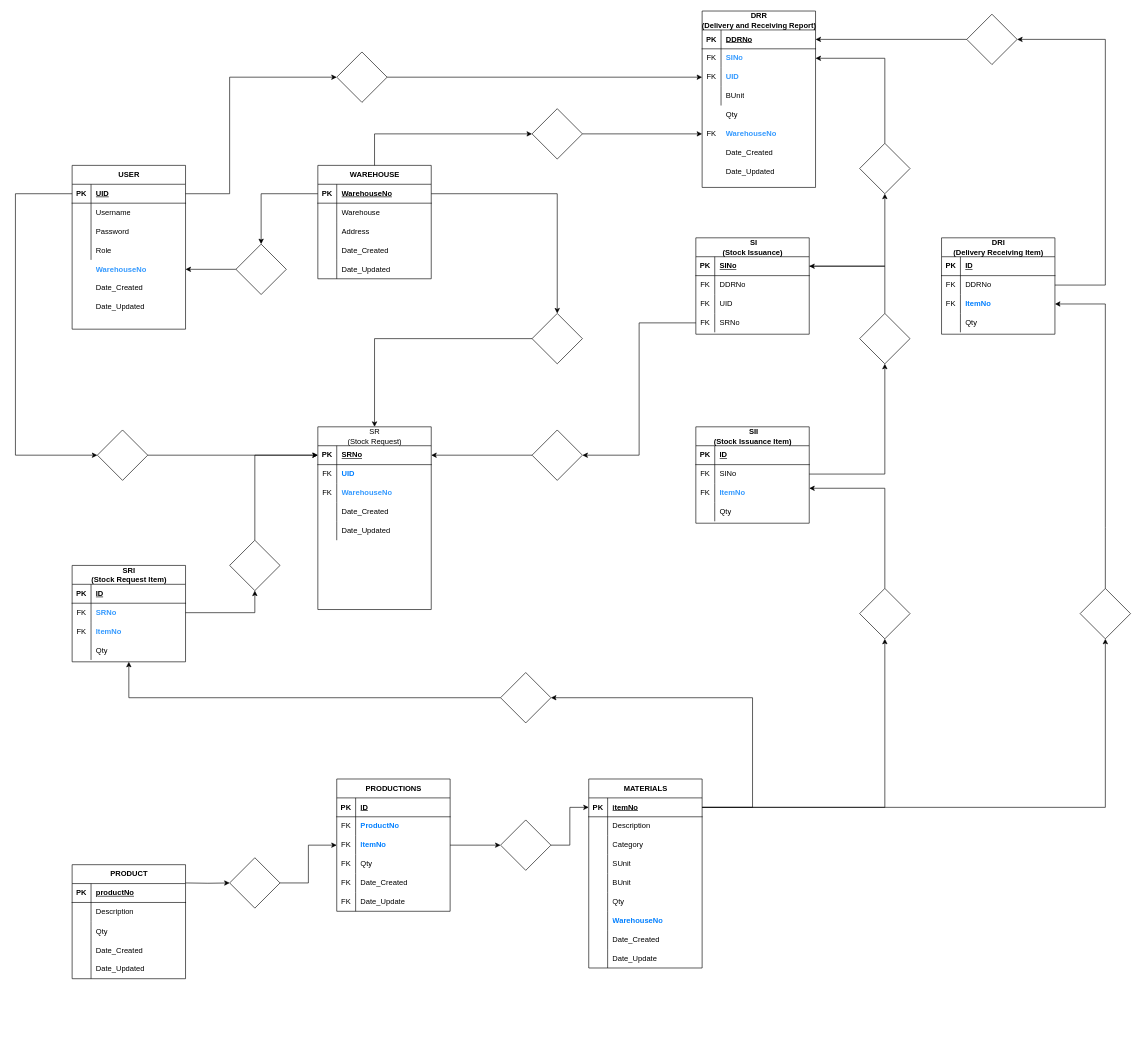
The draw.io diagram Diagram.drawio in ediangca/ACES-POS, before the edit. Source tidied: cells renumbered, new cells numbered last; positions are measured from the earlier drawing's top-left corner, leaving out a move shared by most shapes. Both pictures are drawn from the tidied source at 63%, with x=0, y=0 at pixel (15, 11).
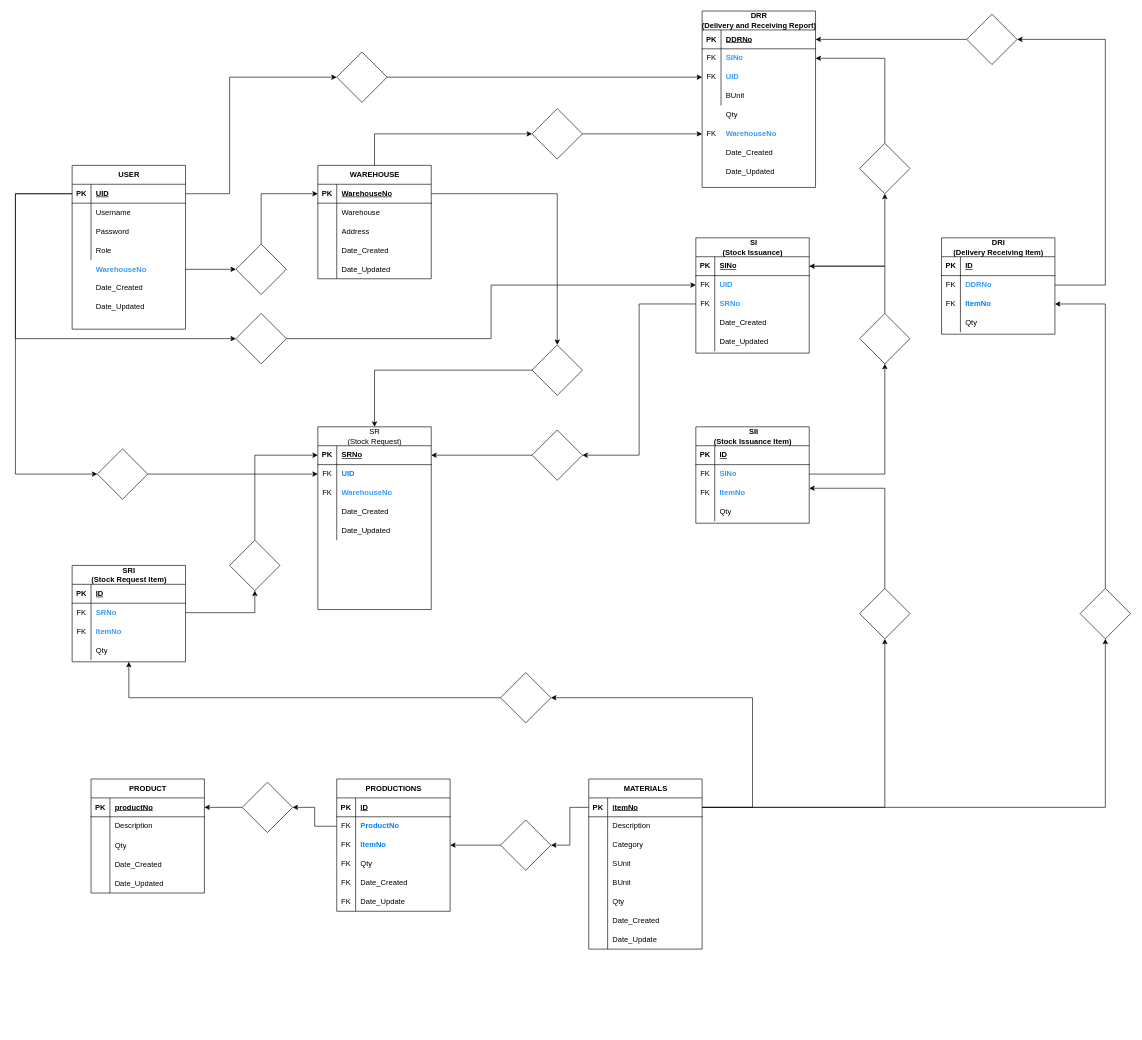
The same diagram, later.

Unchanged cells that the change refers to:
```xml
<mxCell id="5" value="PK" style="shape=partialRectangle;fillColor=none;top=0;left=0;bottom=0;right=0;fontStyle=1;overflow=hidden;whiteSpace=wrap;html=1;" parent="4" vertex="1">
  <mxGeometry width="30" height="30" as="geometry" />
</mxCell>
<mxCell id="18" value="&lt;b&gt;&lt;font color=&quot;#3399ff&quot;&gt;WarehouseNo&lt;/font&gt;&lt;/b&gt;" style="shape=partialRectangle;fillColor=none;top=0;left=0;bottom=0;right=0;align=left;spacingLeft=6;overflow=hidden;whiteSpace=wrap;html=1;" parent="16" vertex="1">
  <mxGeometry x="30" width="150" height="30" as="geometry" />
</mxCell>
<mxCell id="26" style="rhombus;whiteSpace=wrap;html=1;startSize=30;fontStyle=1;" parent="1" vertex="1">
  <mxGeometry x="350" y="370" width="80" height="80" as="geometry" />
</mxCell>
<mxCell id="32" value="productNo" style="shape=partialRectangle;fillColor=none;top=0;left=0;bottom=0;right=0;align=left;spacingLeft=6;fontStyle=5;overflow=hidden;whiteSpace=wrap;html=1;" parent="30" vertex="1">
  <mxGeometry x="30" width="150" height="30" as="geometry" />
</mxCell>
<mxCell id="47" style="group;" parent="1" vertex="1">
  <mxGeometry x="910" y="1219" width="180" height="261" as="geometry" />
</mxCell>
<mxCell id="50" value="PK" style="shape=partialRectangle;fillColor=none;top=0;left=0;bottom=0;right=0;fontStyle=1;overflow=hidden;whiteSpace=wrap;html=1;" parent="49" vertex="1">
  <mxGeometry width="30" height="30" as="geometry" />
</mxCell>
<mxCell id="77" value="PRODUCTIONS" style="shape=table;startSize=30;childLayout=tableLayout;rowLines=0;fontStyle=1;align=center;html=1;" parent="76" vertex="1">
  <mxGeometry width="180" height="210" as="geometry" />
</mxCell>
<mxCell id="82" value="FK" style="shape=partialRectangle;fillColor=none;top=0;left=0;bottom=0;right=0;overflow=hidden;whiteSpace=wrap;html=1;" parent="81" vertex="1">
  <mxGeometry width="30" height="30" as="geometry" />
</mxCell>
<mxCell id="85" value="FK" style="shape=partialRectangle;fillColor=none;top=0;left=0;bottom=0;right=0;overflow=hidden;whiteSpace=wrap;html=1;" parent="84" vertex="1">
  <mxGeometry width="30" height="30" as="geometry" />
</mxCell>
<mxCell id="86" value="&lt;font color=&quot;#007fff&quot;&gt;&lt;b&gt;ItemNo&lt;/b&gt;&lt;/font&gt;" style="shape=partialRectangle;fillColor=none;top=0;left=0;bottom=0;right=0;align=left;spacingLeft=6;overflow=hidden;whiteSpace=wrap;html=1;" parent="84" vertex="1">
  <mxGeometry x="30" width="150" height="30" as="geometry" />
</mxCell>
<mxCell id="105" style="rhombus;whiteSpace=wrap;html=1;startSize=30;fontStyle=1;" parent="1" vertex="1">
  <mxGeometry x="770" y="1284" width="80" height="80" as="geometry" />
</mxCell>
<mxCell id="135" value="PK" style="shape=partialRectangle;fillColor=none;top=0;left=0;bottom=0;right=0;fontStyle=1;overflow=hidden;whiteSpace=wrap;html=1;" parent="134" vertex="1">
  <mxGeometry width="30" height="30" as="geometry" />
</mxCell>
<mxCell id="138" value="FK" style="shape=partialRectangle;fillColor=none;top=0;left=0;bottom=0;right=0;overflow=hidden;whiteSpace=wrap;html=1;" parent="137" vertex="1">
  <mxGeometry width="30" height="30" as="geometry" />
</mxCell>
<mxCell id="178" style="shape=tableRow;horizontal=0;startSize=0;swimlaneHead=0;swimlaneBody=0;fillColor=none;top=0;left=0;right=0;bottom=0;" parent="174" vertex="1">
  <mxGeometry y="60" width="180" height="30" as="geometry" />
</mxCell>
<mxCell id="199" value="PK" style="shape=partialRectangle;fillColor=none;top=0;left=0;bottom=0;right=0;fontStyle=1;overflow=hidden;whiteSpace=wrap;html=1;" parent="198" vertex="1">
  <mxGeometry width="30" height="30" as="geometry" />
</mxCell>
<mxCell id="223" value="FK" style="shape=partialRectangle;fillColor=none;top=0;left=0;bottom=0;right=0;overflow=hidden;whiteSpace=wrap;html=1;" parent="222" vertex="1">
  <mxGeometry width="30" height="30" as="geometry" />
</mxCell>
<mxCell id="232" style="shape=tableRow;horizontal=0;startSize=0;swimlaneHead=0;swimlaneBody=0;fillColor=none;top=0;left=0;right=0;bottom=0;" parent="228" vertex="1">
  <mxGeometry y="60" width="180" height="30" as="geometry" />
</mxCell>
```

Change to the diagram source:
```diff
@@
-    <mxCell id="25" style="rounded=0;jettySize=auto;html=1;fontFamily=Helvetica;fontSize=12;fontColor=default;fontStyle=1;edgeStyle=orthogonalEdgeStyle;" parent="1" edge="1" source="26" target="18">
-      <mxGeometry relative="1" as="geometry" />
-    </mxCell>
+    <mxCell id="258" style="edgeStyle=orthogonalEdgeStyle;rounded=0;jettySize=auto;html=1;entryX=0;entryY=0.5;entryDx=0;entryDy=0;" parent="1" edge="1" source="26" target="199">
+      <mxGeometry relative="1" as="geometry">
+        <Array as="points">
+          <mxPoint x="390" y="290" />
+        </Array>
+      </mxGeometry>
+    </mxCell>
@@
-    <mxCell id="27" style="edgeStyle=orthogonalEdgeStyle;rounded=0;jettySize=auto;html=1;fontFamily=Helvetica;fontSize=12;fontColor=default;fontStyle=1;exitX=0;exitY=0.5;exitDx=0;exitDy=0;" parent="1" edge="1" source="199" target="26">
-      <mxGeometry relative="1" as="geometry" />
-    </mxCell>
     <mxCell id="28" style="group;" parent="1" vertex="1">
-      <mxGeometry x="90" y="1355" width="180" height="260" as="geometry" />
+      <mxGeometry x="120" y="1219" width="180" height="260" as="geometry" />
     </mxCell>
@@
     <mxCell id="48" value="MATERIALS" style="shape=table;startSize=30;childLayout=tableLayout;rowLines=0;fontStyle=1;align=center;html=1;" parent="47" vertex="1">
-      <mxGeometry width="180" height="300" as="geometry" />
+      <mxGeometry width="180" height="270" as="geometry" />
     </mxCell>
@@
-    <mxCell id="67" style="shape=tableRow;horizontal=0;startSize=0;swimlaneHead=0;swimlaneBody=0;fillColor=none;top=0;left=0;right=0;bottom=0;" parent="48" vertex="1">
-      <mxGeometry y="210" width="180" height="30" as="geometry" />
-    </mxCell>
-    <mxCell id="68" style="shape=partialRectangle;fillColor=none;top=0;left=0;bottom=0;right=0;overflow=hidden;whiteSpace=wrap;html=1;" parent="67" vertex="1">
-      <mxGeometry width="30" height="30" as="geometry" />
-    </mxCell>
-    <mxCell id="69" value="&lt;b&gt;&lt;font color=&quot;#007fff&quot;&gt;WarehouseNo&lt;/font&gt;&lt;/b&gt;" style="shape=partialRectangle;fillColor=none;top=0;left=0;bottom=0;right=0;align=left;spacingLeft=6;overflow=hidden;whiteSpace=wrap;html=1;" parent="67" vertex="1">
-      <mxGeometry x="30" width="150" height="30" as="geometry" />
-    </mxCell>
     <mxCell id="70" style="shape=tableRow;horizontal=0;startSize=0;swimlaneHead=0;swimlaneBody=0;fillColor=none;top=0;left=0;right=0;bottom=0;" parent="48" vertex="1">
-      <mxGeometry y="240" width="180" height="30" as="geometry" />
+      <mxGeometry y="210" width="180" height="30" as="geometry" />
     </mxCell>
@@
     <mxCell id="73" style="shape=tableRow;horizontal=0;startSize=0;swimlaneHead=0;swimlaneBody=0;fillColor=none;top=0;left=0;right=0;bottom=0;" parent="48" vertex="1">
-      <mxGeometry y="270" width="180" height="30" as="geometry" />
+      <mxGeometry y="240" width="180" height="30" as="geometry" />
     </mxCell>
@@
-    <mxCell id="102" style="edgeStyle=orthogonalEdgeStyle;rounded=0;jettySize=auto;html=1;entryX=0;entryY=0.5;entryDx=0;entryDy=0;fontFamily=Helvetica;fontSize=12;fontColor=default;fontStyle=1;" parent="1" edge="1" source="103" target="85">
-      <mxGeometry relative="1" as="geometry" />
-    </mxCell>
+    <mxCell id="259" style="edgeStyle=orthogonalEdgeStyle;rounded=0;jettySize=auto;html=1;entryX=1;entryY=0.5;entryDx=0;entryDy=0;" parent="1" edge="1" source="103" target="32">
+      <mxGeometry relative="1" as="geometry" />
+    </mxCell>
     <mxCell id="103" style="rhombus;whiteSpace=wrap;html=1;startSize=30;fontStyle=1;" parent="1" vertex="1">
-      <mxGeometry x="340" y="1344" width="80" height="80" as="geometry" />
+      <mxGeometry x="360" y="1224" width="80" height="80" as="geometry" />
     </mxCell>
-    <mxCell id="104" style="edgeStyle=orthogonalEdgeStyle;rounded=0;jettySize=auto;html=1;entryX=0;entryY=0.5;entryDx=0;entryDy=0;fontFamily=Helvetica;fontSize=12;fontColor=default;fontStyle=1;" parent="1" edge="1" source="105" target="50">
-      <mxGeometry relative="1" as="geometry" />
-    </mxCell>
+    <mxCell id="260" style="edgeStyle=orthogonalEdgeStyle;rounded=0;jettySize=auto;html=1;entryX=1;entryY=0.5;entryDx=0;entryDy=0;" parent="1" edge="1" source="105" target="86">
+      <mxGeometry relative="1" as="geometry" />
+    </mxCell>
@@
-    <mxCell id="106" style="edgeStyle=orthogonalEdgeStyle;rounded=0;jettySize=auto;html=1;entryX=0;entryY=0.5;entryDx=0;entryDy=0;fontFamily=Helvetica;fontSize=12;fontColor=default;fontStyle=1;" parent="1" edge="1" source="77" target="105">
-      <mxGeometry relative="1" as="geometry" />
-    </mxCell>
@@
     <mxCell id="152" style="rhombus;whiteSpace=wrap;html=1;startSize=30;fontStyle=1;" parent="1" vertex="1">
-      <mxGeometry x="130" y="665" width="80" height="80" as="geometry" />
+      <mxGeometry x="130" y="695" width="80" height="80" as="geometry" />
     </mxCell>
     <mxCell id="153" style="edgeStyle=orthogonalEdgeStyle;rounded=0;jettySize=auto;html=1;fontFamily=Helvetica;fontSize=12;fontColor=default;fontStyle=1;exitX=0;exitY=0.5;exitDx=0;exitDy=0;entryX=0;entryY=0.5;entryDx=0;entryDy=0;" parent="1" edge="1" source="5" target="152">
       <mxGeometry relative="1" as="geometry">
         <Array as="points">
           <mxPoint y="290" />
-          <mxPoint y="705" />
+          <mxPoint y="735" />
         </Array>
       </mxGeometry>
     </mxCell>
-    <mxCell id="154" style="edgeStyle=orthogonalEdgeStyle;rounded=0;jettySize=auto;html=1;entryX=0;entryY=0.5;entryDx=0;entryDy=0;fontFamily=Helvetica;fontSize=12;fontColor=default;fontStyle=1;" parent="1" edge="1" source="152" target="135">
+    <mxCell id="154" style="edgeStyle=orthogonalEdgeStyle;rounded=0;jettySize=auto;html=1;entryX=0;entryY=0.5;entryDx=0;entryDy=0;fontFamily=Helvetica;fontSize=12;fontColor=default;fontStyle=1;" parent="1" edge="1" source="152" target="138">
       <mxGeometry relative="1" as="geometry" />
     </mxCell>
@@
-    <mxCell id="180" value="DDRNo" style="shape=partialRectangle;fillColor=none;top=0;left=0;bottom=0;right=0;align=left;spacingLeft=6;overflow=hidden;whiteSpace=wrap;html=1;" parent="178" vertex="1">
+    <mxCell id="180" value="&lt;b&gt;&lt;font color=&quot;#3399ff&quot;&gt;DDRNo&lt;/font&gt;&lt;/b&gt;" style="shape=partialRectangle;fillColor=none;top=0;left=0;bottom=0;right=0;align=left;spacingLeft=6;overflow=hidden;whiteSpace=wrap;html=1;" parent="178" vertex="1">
       <mxGeometry x="30" width="150" height="30" as="geometry" />
     </mxCell>
@@
-    <mxCell id="189" style="edgeStyle=orthogonalEdgeStyle;rounded=0;jettySize=auto;html=1;fontFamily=Helvetica;fontSize=12;fontColor=default;fontStyle=1;exitX=1;exitY=0.5;exitDx=0;exitDy=0;" parent="1" edge="1" target="103">
-      <mxGeometry relative="1" as="geometry">
-        <mxPoint x="270" y="1384" as="sourcePoint" />
-      </mxGeometry>
-    </mxCell>
@@
     <mxCell id="215" value="&lt;div&gt;&amp;nbsp;SI&lt;/div&gt;&lt;div&gt;(Stock Issuance)&lt;/div&gt;" style="shape=table;startSize=30;childLayout=tableLayout;rowLines=0;fontStyle=1;align=center;html=1;" parent="1" vertex="1">
-      <mxGeometry x="1080" y="360" width="180" height="153" as="geometry" />
+      <mxGeometry x="1080" y="360" width="180" height="183" as="geometry" />
     </mxCell>
@@
-    <mxCell id="219" style="shape=tableRow;horizontal=0;startSize=0;swimlaneHead=0;swimlaneBody=0;fillColor=none;top=0;left=0;right=0;bottom=0;" parent="215" vertex="1">
-      <mxGeometry y="60" width="180" height="30" as="geometry" />
-    </mxCell>
-    <mxCell id="220" value="FK" style="shape=partialRectangle;fillColor=none;top=0;left=0;bottom=0;right=0;overflow=hidden;whiteSpace=wrap;html=1;" parent="219" vertex="1">
-      <mxGeometry width="30" height="30" as="geometry" />
-    </mxCell>
-    <mxCell id="221" value="DDRNo" style="shape=partialRectangle;fillColor=none;top=0;left=0;bottom=0;right=0;align=left;spacingLeft=6;overflow=hidden;whiteSpace=wrap;html=1;" parent="219" vertex="1">
-      <mxGeometry x="30" width="150" height="30" as="geometry" />
-    </mxCell>
     <mxCell id="222" style="shape=tableRow;horizontal=0;startSize=0;swimlaneHead=0;swimlaneBody=0;fillColor=none;top=0;left=0;right=0;bottom=0;" parent="215" vertex="1">
-      <mxGeometry y="90" width="180" height="30" as="geometry" />
+      <mxGeometry y="60" width="180" height="30" as="geometry" />
     </mxCell>
@@
-    <mxCell id="224" value="UID" style="shape=partialRectangle;fillColor=none;top=0;left=0;bottom=0;right=0;align=left;spacingLeft=6;overflow=hidden;whiteSpace=wrap;html=1;" parent="222" vertex="1">
+    <mxCell id="224" value="&lt;b&gt;&lt;font color=&quot;#3399ff&quot;&gt;UID&lt;/font&gt;&lt;/b&gt;" style="shape=partialRectangle;fillColor=none;top=0;left=0;bottom=0;right=0;align=left;spacingLeft=6;overflow=hidden;whiteSpace=wrap;html=1;" parent="222" vertex="1">
       <mxGeometry x="30" width="150" height="30" as="geometry" />
     </mxCell>
     <mxCell id="225" style="shape=tableRow;horizontal=0;startSize=0;swimlaneHead=0;swimlaneBody=0;fillColor=none;top=0;left=0;right=0;bottom=0;" parent="215" vertex="1">
-      <mxGeometry y="120" width="180" height="30" as="geometry" />
+      <mxGeometry y="90" width="180" height="30" as="geometry" />
     </mxCell>
@@
-    <mxCell id="227" value="SRNo" style="shape=partialRectangle;fillColor=none;top=0;left=0;bottom=0;right=0;align=left;spacingLeft=6;overflow=hidden;whiteSpace=wrap;html=1;" parent="225" vertex="1">
+    <mxCell id="227" value="&lt;b&gt;&lt;font color=&quot;#3399ff&quot;&gt;SRNo&lt;/font&gt;&lt;/b&gt;" style="shape=partialRectangle;fillColor=none;top=0;left=0;bottom=0;right=0;align=left;spacingLeft=6;overflow=hidden;whiteSpace=wrap;html=1;" parent="225" vertex="1">
       <mxGeometry x="30" width="150" height="30" as="geometry" />
     </mxCell>
+    <mxCell id="261" style="shape=tableRow;horizontal=0;startSize=0;swimlaneHead=0;swimlaneBody=0;fillColor=none;top=0;left=0;right=0;bottom=0;" parent="215" vertex="1">
+      <mxGeometry y="120" width="180" height="30" as="geometry" />
+    </mxCell>
+    <mxCell id="262" style="shape=partialRectangle;fillColor=none;top=0;left=0;bottom=0;right=0;overflow=hidden;whiteSpace=wrap;html=1;" parent="261" vertex="1">
+      <mxGeometry width="30" height="30" as="geometry" />
+    </mxCell>
+    <mxCell id="263" value="Date_Created" style="shape=partialRectangle;fillColor=none;top=0;left=0;bottom=0;right=0;align=left;spacingLeft=6;overflow=hidden;whiteSpace=wrap;html=1;" parent="261" vertex="1">
+      <mxGeometry x="30" width="150" height="30" as="geometry" />
+    </mxCell>
+    <mxCell id="264" style="shape=tableRow;horizontal=0;startSize=0;swimlaneHead=0;swimlaneBody=0;fillColor=none;top=0;left=0;right=0;bottom=0;" parent="215" vertex="1">
+      <mxGeometry y="150" width="180" height="30" as="geometry" />
+    </mxCell>
+    <mxCell id="265" style="shape=partialRectangle;fillColor=none;top=0;left=0;bottom=0;right=0;overflow=hidden;whiteSpace=wrap;html=1;" parent="264" vertex="1">
+      <mxGeometry width="30" height="30" as="geometry" />
+    </mxCell>
+    <mxCell id="266" value="Date_Updated" style="shape=partialRectangle;fillColor=none;top=0;left=0;bottom=0;right=0;align=left;spacingLeft=6;overflow=hidden;whiteSpace=wrap;html=1;" parent="264" vertex="1">
+      <mxGeometry x="30" width="150" height="30" as="geometry" />
+    </mxCell>
@@
-    <mxCell id="234" value="SINo" style="shape=partialRectangle;fillColor=none;top=0;left=0;bottom=0;right=0;align=left;spacingLeft=6;overflow=hidden;whiteSpace=wrap;html=1;" parent="232" vertex="1">
+    <mxCell id="234" value="&lt;b&gt;&lt;font color=&quot;#3399ff&quot;&gt;SINo&lt;/font&gt;&lt;/b&gt;" style="shape=partialRectangle;fillColor=none;top=0;left=0;bottom=0;right=0;align=left;spacingLeft=6;overflow=hidden;whiteSpace=wrap;html=1;" parent="232" vertex="1">
       <mxGeometry x="30" width="150" height="30" as="geometry" />
     </mxCell>
@@
     <mxCell id="256" style="rhombus;whiteSpace=wrap;html=1;startSize=30;fontStyle=1;" parent="1" vertex="1">
-      <mxGeometry x="820" y="480" width="80" height="80" as="geometry" />
+      <mxGeometry x="820" y="530" width="80" height="80" as="geometry" />
     </mxCell>
@@
+    <mxCell id="267" style="edgeStyle=orthogonalEdgeStyle;rounded=0;jettySize=auto;html=1;entryX=0;entryY=0.5;entryDx=0;entryDy=0;" parent="1" edge="1" source="268" target="223">
+      <mxGeometry relative="1" as="geometry" />
+    </mxCell>
+    <mxCell id="268" style="rhombus;whiteSpace=wrap;html=1;startSize=30;fontStyle=1;" parent="1" vertex="1">
+      <mxGeometry x="350" y="480" width="80" height="80" as="geometry" />
+    </mxCell>
+    <mxCell id="269" style="edgeStyle=orthogonalEdgeStyle;rounded=0;jettySize=auto;html=1;entryX=0;entryY=0.5;entryDx=0;entryDy=0;" parent="1" edge="1" source="5" target="268">
+      <mxGeometry relative="1" as="geometry">
+        <Array as="points">
+          <mxPoint y="290" />
+          <mxPoint y="520" />
+        </Array>
+      </mxGeometry>
+    </mxCell>
+    <mxCell id="270" style="edgeStyle=orthogonalEdgeStyle;rounded=0;jettySize=auto;html=1;entryX=1;entryY=0.5;entryDx=0;entryDy=0;" parent="1" edge="1" source="82" target="103">
+      <mxGeometry relative="1" as="geometry" />
+    </mxCell>
+    <mxCell id="271" style="edgeStyle=orthogonalEdgeStyle;rounded=0;jettySize=auto;html=1;entryX=1;entryY=0.5;entryDx=0;entryDy=0;" parent="1" edge="1" source="50" target="105">
+      <mxGeometry relative="1" as="geometry" />
+    </mxCell>
+    <mxCell id="272" style="edgeStyle=orthogonalEdgeStyle;rounded=0;jettySize=auto;html=1;entryX=0;entryY=0.5;entryDx=0;entryDy=0;" parent="1" edge="1" source="18" target="26">
+      <mxGeometry relative="1" as="geometry" />
+    </mxCell>
```
